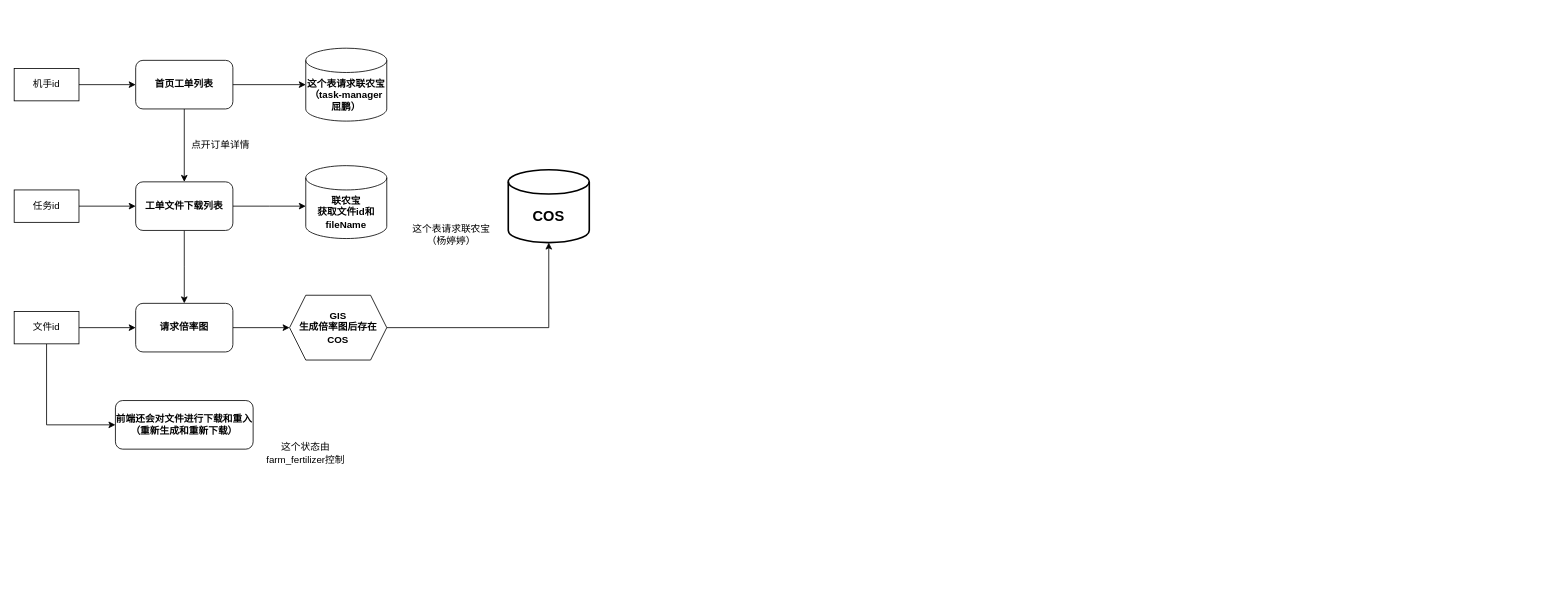
Above: DJ_fertilizer.drawio in RK-JD/DrawIO (draw.io), before the change. Source tidied: cells renumbered, new cells numbered last; positions are measured from the earlier drawing's top-left corner, leaving out a move shared by most shapes. Both pictures are drawn from the tidied source at 81%, with x=0, y=0 at pixel (14, 48).
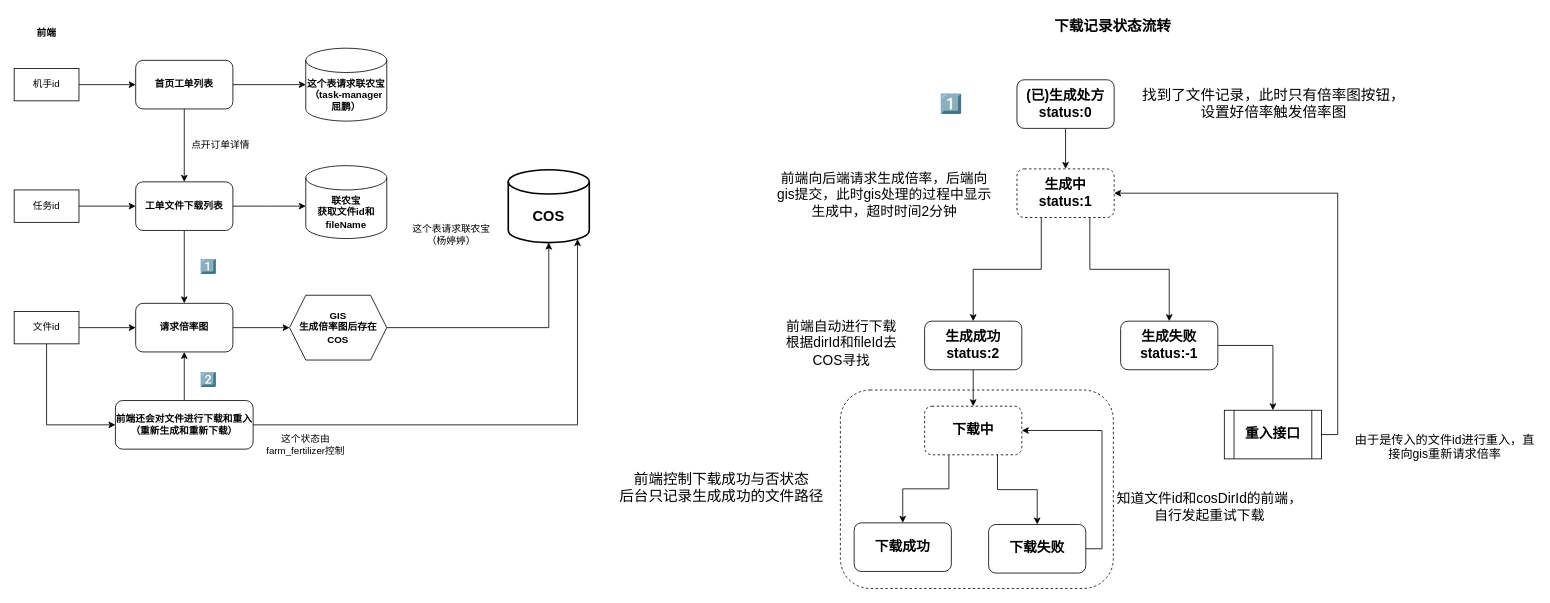
The same diagram, later.

The change refers to these unchanged cells:
```xml
<mxCell id="17" value="请求倍率图" style="rounded=1;whiteSpace=wrap;html=1;fontStyle=1;" parent="1" vertex="1">
  <mxGeometry x="150" y="315" width="120" height="60" as="geometry" />
</mxCell>
<mxCell id="21" value="COS" style="shape=cylinder3;whiteSpace=wrap;html=1;boundedLbl=1;backgroundOutline=1;size=15;fontStyle=1;strokeWidth=2;perimeterSpacing=0;fontSize=18;" parent="1" vertex="1">
  <mxGeometry x="610" y="150" width="100" height="90" as="geometry" />
</mxCell>
<mxCell id="23" value="前端还会对文件进行下载和重入&lt;div&gt;（重新生成和重新下载）&lt;/div&gt;" style="rounded=1;whiteSpace=wrap;html=1;fontStyle=1;" parent="1" vertex="1">
  <mxGeometry x="125" y="435" width="170" height="60" as="geometry" />
</mxCell>
```

Diff of the diagram source:
```diff
@@
+    <mxCell id="26" style="rounded=1;whiteSpace=wrap;html=1;dashed=1;" parent="1" vertex="1">
+      <mxGeometry x="1020" y="422" width="337" height="245" as="geometry" />
+    </mxCell>
@@
+    <mxCell id="27" style="edgeStyle=orthogonalEdgeStyle;rounded=0;jettySize=auto;html=1;exitX=0.5;exitY=0;exitDx=0;exitDy=0;entryX=0.5;entryY=1;entryDx=0;entryDy=0;" parent="1" edge="1" source="23" target="17">
+      <mxGeometry relative="1" as="geometry" />
+    </mxCell>
@@
     <mxCell id="24" value="这个状态由farm_fertilizer控制" style="text;html=1;align=center;verticalAlign=middle;whiteSpace=wrap;rounded=0;" parent="1" vertex="1">
-      <mxGeometry x="310" y="485" width="100" height="30" as="geometry" />
+      <mxGeometry x="310" y="475" width="100" height="30" as="geometry" />
     </mxCell>
@@
+    <mxCell id="28" style="edgeStyle=orthogonalEdgeStyle;rounded=0;jettySize=auto;html=1;exitX=1;exitY=0.5;exitDx=0;exitDy=0;entryX=0.855;entryY=1;entryDx=0;entryDy=-4.35;entryPerimeter=0;" parent="1" edge="1" source="23" target="21">
+      <mxGeometry relative="1" as="geometry" />
+    </mxCell>
+    <mxCell id="29" value="&lt;font style=&quot;font-size: 17px;&quot;&gt;1️⃣&lt;/font&gt;" style="text;html=1;align=center;verticalAlign=middle;whiteSpace=wrap;rounded=0;" parent="1" vertex="1">
+      <mxGeometry x="210" y="255" width="60" height="30" as="geometry" />
+    </mxCell>
+    <mxCell id="30" value="&lt;font style=&quot;font-size: 17px;&quot;&gt;2️⃣&lt;/font&gt;" style="text;html=1;align=center;verticalAlign=middle;whiteSpace=wrap;rounded=0;" parent="1" vertex="1">
+      <mxGeometry x="210" y="395" width="60" height="30" as="geometry" />
+    </mxCell>
+    <mxCell id="31" value="前端" style="text;html=1;align=center;verticalAlign=middle;whiteSpace=wrap;rounded=0;fontStyle=1;" parent="1" vertex="1">
+      <mxGeometry x="10" y="-33" width="60" height="30" as="geometry" />
+    </mxCell>
+    <mxCell id="32" value="&lt;font style=&quot;font-size: 23px;&quot;&gt;1️⃣&lt;/font&gt;" style="text;html=1;align=center;verticalAlign=middle;whiteSpace=wrap;rounded=0;" parent="1" vertex="1">
+      <mxGeometry x="1127" y="54" width="60" height="30" as="geometry" />
+    </mxCell>
+    <mxCell id="33" style="edgeStyle=orthogonalEdgeStyle;rounded=0;jettySize=auto;html=1;exitX=0.5;exitY=1;exitDx=0;exitDy=0;entryX=0.5;entryY=0;entryDx=0;entryDy=0;" parent="1" edge="1" source="34" target="39">
+      <mxGeometry relative="1" as="geometry" />
+    </mxCell>
+    <mxCell id="34" value="&lt;font style=&quot;font-size: 17px;&quot;&gt;(已)生成处方&lt;/font&gt;&lt;div&gt;&lt;font style=&quot;font-size: 17px;&quot;&gt;status:0&lt;br&gt;&lt;/font&gt;&lt;/div&gt;" style="rounded=1;whiteSpace=wrap;html=1;fontStyle=1;" parent="1" vertex="1">
+      <mxGeometry x="1238" y="39" width="120" height="60" as="geometry" />
+    </mxCell>
+    <mxCell id="35" value="&lt;b&gt;&lt;font style=&quot;font-size: 18px;&quot;&gt;下载记录状态流转&lt;/font&gt;&lt;/b&gt;" style="text;html=1;align=center;verticalAlign=middle;whiteSpace=wrap;rounded=0;" parent="1" vertex="1">
+      <mxGeometry x="1203" y="-42" width="307" height="30" as="geometry" />
+    </mxCell>
+    <mxCell id="36" value="找到了文件记录，此时只有倍率图按钮，设置好倍率触发倍率图" style="text;html=1;align=center;verticalAlign=middle;whiteSpace=wrap;rounded=0;fontSize=18;" parent="1" vertex="1">
+      <mxGeometry x="1385" y="54" width="340" height="30" as="geometry" />
+    </mxCell>
+    <mxCell id="37" style="edgeStyle=orthogonalEdgeStyle;rounded=0;jettySize=auto;html=1;exitX=0.25;exitY=1;exitDx=0;exitDy=0;" parent="1" edge="1" source="39" target="42">
+      <mxGeometry relative="1" as="geometry" />
+    </mxCell>
+    <mxCell id="38" style="edgeStyle=orthogonalEdgeStyle;rounded=0;jettySize=auto;html=1;exitX=0.75;exitY=1;exitDx=0;exitDy=0;entryX=0.5;entryY=0;entryDx=0;entryDy=0;" parent="1" edge="1" source="39" target="44">
+      <mxGeometry relative="1" as="geometry" />
+    </mxCell>
+    <mxCell id="39" value="&lt;font style=&quot;font-size: 17px;&quot;&gt;生成中&lt;/font&gt;&lt;div&gt;&lt;font style=&quot;font-size: 17px;&quot;&gt;status:1&lt;br&gt;&lt;/font&gt;&lt;/div&gt;" style="rounded=1;whiteSpace=wrap;html=1;fontStyle=1;dashed=1;" parent="1" vertex="1">
+      <mxGeometry x="1238" y="149" width="120" height="60" as="geometry" />
+    </mxCell>
+    <mxCell id="40" value="前端向后端请求生成倍率，后端向gis提交，此时gis处理的过程中显示生成中，超时时间2分钟" style="text;html=1;align=center;verticalAlign=middle;whiteSpace=wrap;rounded=0;fontSize=17;" parent="1" vertex="1">
+      <mxGeometry x="936" y="167" width="277" height="30" as="geometry" />
+    </mxCell>
+    <mxCell id="41" style="edgeStyle=orthogonalEdgeStyle;rounded=0;jettySize=auto;html=1;exitX=0.5;exitY=1;exitDx=0;exitDy=0;entryX=0.5;entryY=0;entryDx=0;entryDy=0;" parent="1" edge="1" source="42" target="51">
+      <mxGeometry relative="1" as="geometry" />
+    </mxCell>
+    <mxCell id="42" value="&lt;font style=&quot;font-size: 17px;&quot;&gt;生成成功&lt;/font&gt;&lt;div&gt;&lt;span style=&quot;font-size: 17px;&quot;&gt;status:2&lt;/span&gt;&lt;/div&gt;" style="rounded=1;whiteSpace=wrap;html=1;fontStyle=1;" parent="1" vertex="1">
+      <mxGeometry x="1124" y="337" width="120" height="60" as="geometry" />
+    </mxCell>
+    <mxCell id="43" style="edgeStyle=orthogonalEdgeStyle;rounded=0;jettySize=auto;html=1;exitX=1;exitY=0.5;exitDx=0;exitDy=0;entryX=0.5;entryY=0;entryDx=0;entryDy=0;" parent="1" edge="1" source="44" target="53">
+      <mxGeometry relative="1" as="geometry" />
+    </mxCell>
+    <mxCell id="44" value="&lt;font style=&quot;font-size: 17px;&quot;&gt;生成失败&lt;/font&gt;&lt;div&gt;&lt;font style=&quot;font-size: 17px;&quot;&gt;status:-1&lt;br&gt;&lt;/font&gt;&lt;/div&gt;" style="rounded=1;whiteSpace=wrap;html=1;fontStyle=1;" parent="1" vertex="1">
+      <mxGeometry x="1366" y="337" width="120" height="60" as="geometry" />
+    </mxCell>
+    <mxCell id="45" value="前端自动进行下载&lt;br&gt;根据dirId和fileId去COS寻找" style="text;html=1;align=center;verticalAlign=middle;whiteSpace=wrap;rounded=0;fontSize=17;" parent="1" vertex="1">
+      <mxGeometry x="947" y="350" width="149" height="30" as="geometry" />
+    </mxCell>
+    <mxCell id="46" value="&lt;font style=&quot;font-size: 17px;&quot;&gt;下载成功&lt;/font&gt;" style="rounded=1;whiteSpace=wrap;html=1;fontStyle=1;" parent="1" vertex="1">
+      <mxGeometry x="1037" y="586" width="120" height="60" as="geometry" />
+    </mxCell>
+    <mxCell id="47" style="edgeStyle=orthogonalEdgeStyle;rounded=0;jettySize=auto;html=1;exitX=1;exitY=0.5;exitDx=0;exitDy=0;entryX=1;entryY=0.5;entryDx=0;entryDy=0;" parent="1" edge="1" source="48" target="51">
+      <mxGeometry relative="1" as="geometry" />
+    </mxCell>
+    <mxCell id="48" value="&lt;font style=&quot;font-size: 17px;&quot;&gt;下载失败&lt;/font&gt;" style="rounded=1;whiteSpace=wrap;html=1;fontStyle=1;" parent="1" vertex="1">
+      <mxGeometry x="1203" y="588" width="120" height="60" as="geometry" />
+    </mxCell>
+    <mxCell id="49" style="edgeStyle=orthogonalEdgeStyle;rounded=0;jettySize=auto;html=1;exitX=0.25;exitY=1;exitDx=0;exitDy=0;entryX=0.5;entryY=0;entryDx=0;entryDy=0;" parent="1" edge="1" source="51" target="46">
+      <mxGeometry relative="1" as="geometry" />
+    </mxCell>
+    <mxCell id="50" style="edgeStyle=orthogonalEdgeStyle;rounded=0;jettySize=auto;html=1;exitX=0.75;exitY=1;exitDx=0;exitDy=0;entryX=0.5;entryY=0;entryDx=0;entryDy=0;" parent="1" edge="1" source="51" target="48">
+      <mxGeometry relative="1" as="geometry" />
+    </mxCell>
+    <mxCell id="51" value="&lt;font style=&quot;font-size: 17px;&quot;&gt;下载中&lt;/font&gt;" style="rounded=1;whiteSpace=wrap;html=1;fontStyle=1;dashed=1;" parent="1" vertex="1">
+      <mxGeometry x="1124" y="442" width="120" height="60" as="geometry" />
+    </mxCell>
+    <mxCell id="52" style="edgeStyle=orthogonalEdgeStyle;rounded=0;jettySize=auto;html=1;exitX=1;exitY=0.5;exitDx=0;exitDy=0;entryX=1;entryY=0.5;entryDx=0;entryDy=0;" parent="1" edge="1" source="53" target="39">
+      <mxGeometry relative="1" as="geometry" />
+    </mxCell>
+    <mxCell id="53" value="&lt;span style=&quot;font-size: 17px; font-weight: 700;&quot;&gt;重入接口&lt;/span&gt;" style="shape=process;whiteSpace=wrap;html=1;backgroundOutline=1;" parent="1" vertex="1">
+      <mxGeometry x="1494" y="447" width="120" height="60" as="geometry" />
+    </mxCell>
+    <mxCell id="54" value="由于是传入的文件id进行重入，直接向gis重新请求倍率" style="text;html=1;align=center;verticalAlign=middle;whiteSpace=wrap;rounded=0;fontSize=15;" parent="1" vertex="1">
+      <mxGeometry x="1654" y="477" width="225" height="30" as="geometry" />
+    </mxCell>
+    <mxCell id="55" value="知道文件id和cosDirId的前端，自行发起重试下载" style="text;html=1;align=center;verticalAlign=middle;whiteSpace=wrap;rounded=0;fontSize=17;" parent="1" vertex="1">
+      <mxGeometry x="1356" y="552" width="240" height="30" as="geometry" />
+    </mxCell>
+    <mxCell id="56" value="&lt;font style=&quot;font-size: 18px;&quot;&gt;前端控制下载成功与否状态&lt;/font&gt;&lt;div&gt;&lt;font style=&quot;font-size: 18px;&quot;&gt;后台只记录生成成功的文件路径&lt;/font&gt;&lt;/div&gt;" style="text;html=1;align=center;verticalAlign=middle;strokeColor=none;fillColor=none;" parent="1" vertex="1">
+      <mxGeometry x="738" y="515" width="270" height="55" as="geometry" />
+    </mxCell>
```
